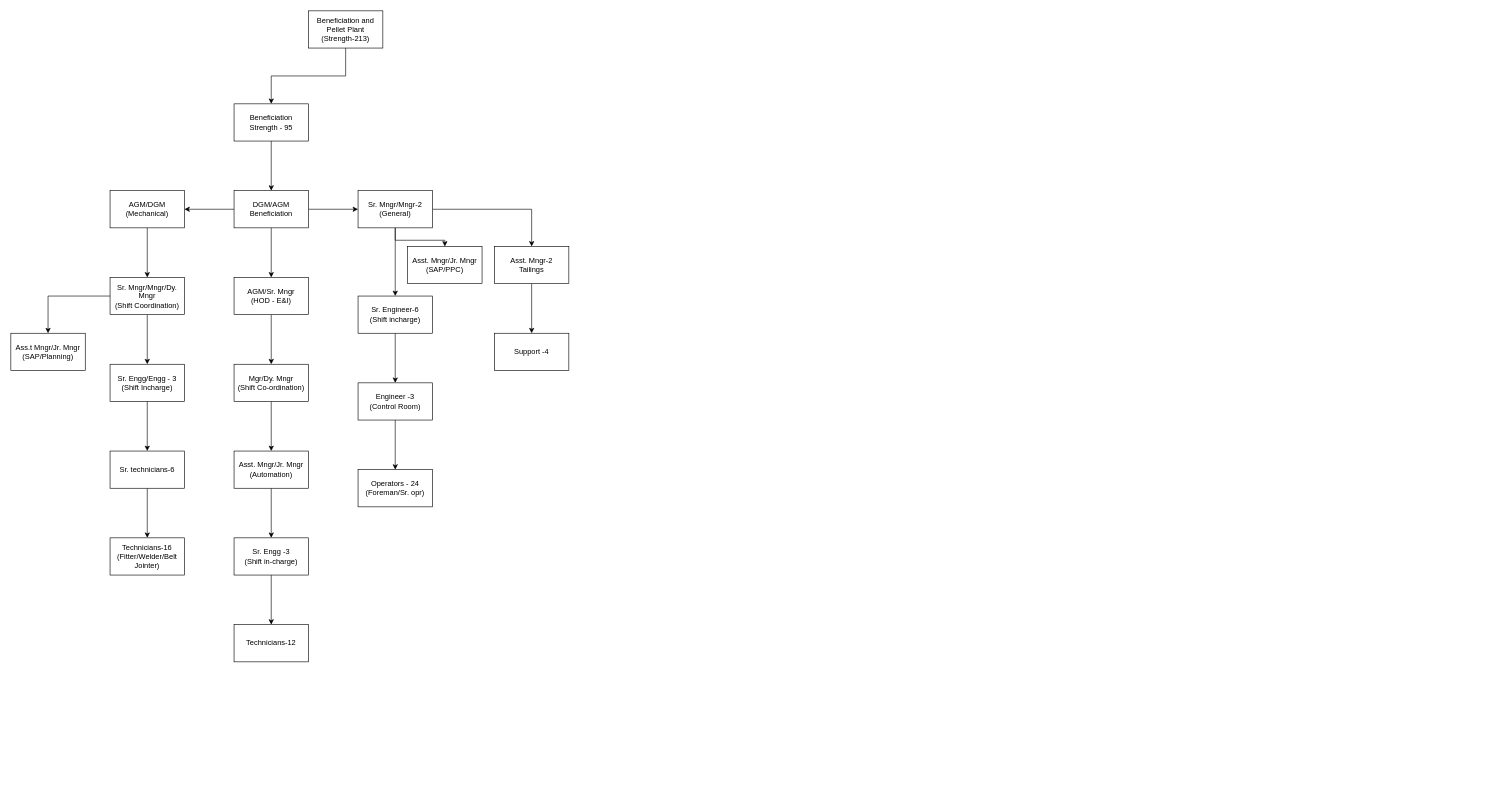
Above: anrml-coo.drawio in apathre/ANRML_org_charts (draw.io), before the change. Source tidied: cells renumbered, new cells numbered last; positions are measured from the earlier drawing's top-left corner, leaving out a move shared by most shapes. Both pictures are drawn from the tidied source at 62%, with x=0, y=0 at pixel (11, 11).
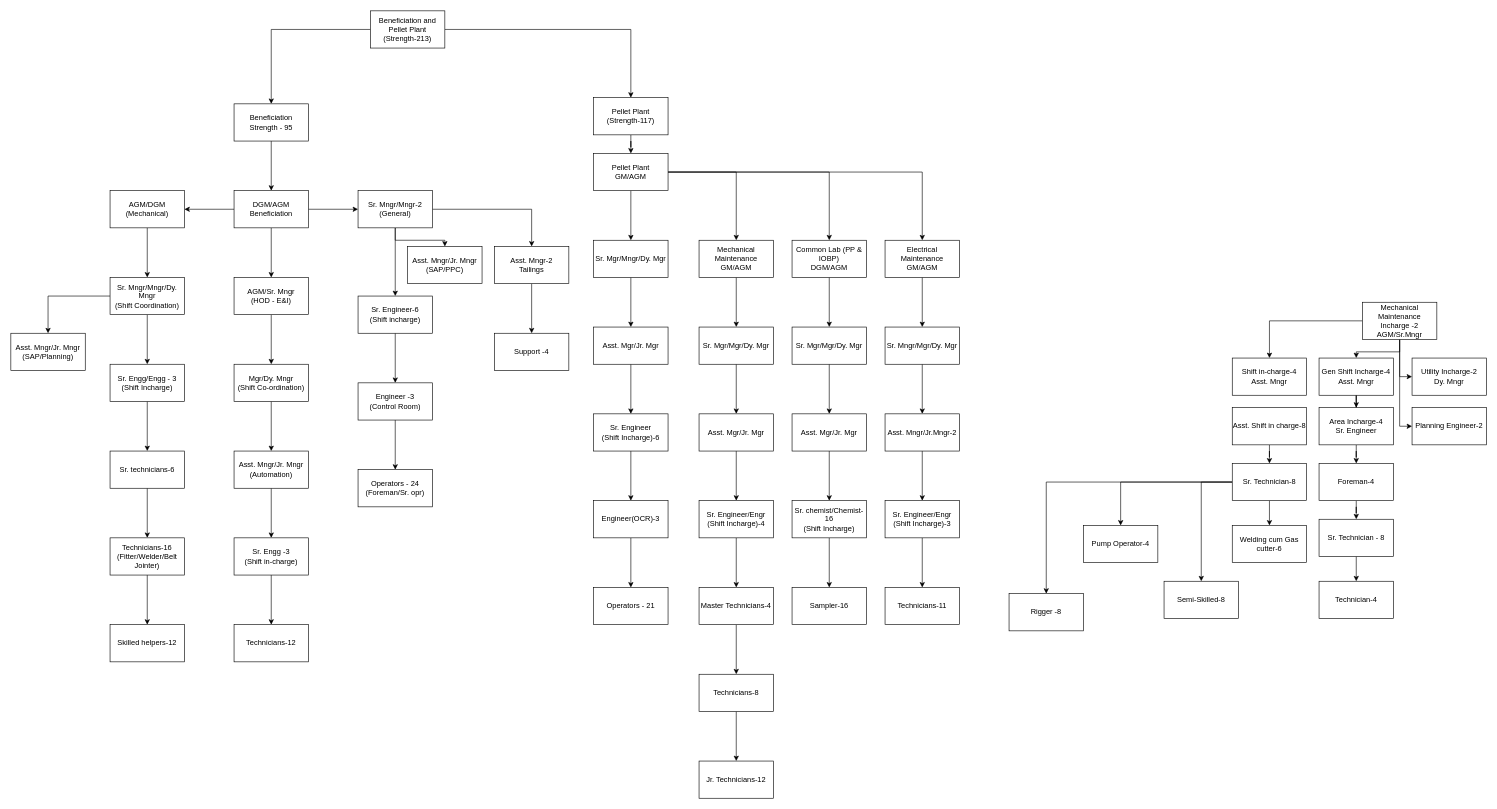
After the change.

The change refers to these unchanged cells:
```xml
<mxCell id="41" value="Technicians-16&lt;br&gt;(Fitter/Welder/Belt Jointer)" style="whiteSpace=wrap;html=1;rounded=0;" parent="1" vertex="1">
  <mxGeometry x="160" y="850" width="120" height="60" as="geometry" />
</mxCell>
```

Diff of the diagram source:
```diff
@@
+    <mxCell id="43" style="edgeStyle=orthogonalEdgeStyle;rounded=0;jettySize=auto;html=1;" parent="1" edge="1" source="3" target="46">
+      <mxGeometry relative="1" as="geometry" />
+    </mxCell>
     <mxCell id="3" value="Beneficiation and Pellet Plant&lt;br&gt;(Strength-213)" style="rounded=0;whiteSpace=wrap;html=1;" parent="1" vertex="1">
-      <mxGeometry x="480" width="120" height="60" as="geometry" />
+      <mxGeometry x="580" width="120" height="60" as="geometry" />
     </mxCell>
@@
+    <mxCell id="44" style="edgeStyle=orthogonalEdgeStyle;rounded=0;jettySize=auto;html=1;" parent="1" edge="1" source="41" target="92">
+      <mxGeometry relative="1" as="geometry" />
+    </mxCell>
@@
-    <mxCell id="42" value="Ass.t Mngr/Jr. Mngr&lt;br&gt;(SAP/Planning)" style="whiteSpace=wrap;html=1;rounded=0;" parent="1" vertex="1">
+    <mxCell id="42" value="Asst. Mngr/Jr. Mngr&lt;br&gt;(SAP/Planning)" style="whiteSpace=wrap;html=1;rounded=0;" parent="1" vertex="1">
       <mxGeometry y="520" width="120" height="60" as="geometry" />
     </mxCell>
+    <mxCell id="45" style="edgeStyle=orthogonalEdgeStyle;rounded=0;jettySize=auto;html=1;" parent="1" edge="1" source="46" target="51">
+      <mxGeometry relative="1" as="geometry" />
+    </mxCell>
+    <mxCell id="46" value="Pellet Plant&lt;br&gt;(Strength-117)" style="rounded=0;whiteSpace=wrap;html=1;" parent="1" vertex="1">
+      <mxGeometry x="940" y="140" width="120" height="60" as="geometry" />
+    </mxCell>
+    <mxCell id="47" style="edgeStyle=orthogonalEdgeStyle;rounded=0;jettySize=auto;html=1;" parent="1" edge="1" source="51" target="53">
+      <mxGeometry relative="1" as="geometry" />
+    </mxCell>
+    <mxCell id="48" style="edgeStyle=orthogonalEdgeStyle;rounded=0;jettySize=auto;html=1;exitX=1;exitY=0.5;exitDx=0;exitDy=0;" parent="1" edge="1" source="51" target="55">
+      <mxGeometry relative="1" as="geometry" />
+    </mxCell>
+    <mxCell id="49" style="edgeStyle=orthogonalEdgeStyle;rounded=0;jettySize=auto;html=1;" parent="1" edge="1" source="51" target="59">
+      <mxGeometry relative="1" as="geometry" />
+    </mxCell>
+    <mxCell id="50" style="edgeStyle=orthogonalEdgeStyle;rounded=0;jettySize=auto;html=1;exitX=1;exitY=0.5;exitDx=0;exitDy=0;" parent="1" edge="1" source="51" target="84">
+      <mxGeometry relative="1" as="geometry" />
+    </mxCell>
+    <mxCell id="51" value="Pellet Plant&lt;br&gt;GM/AGM" style="rounded=0;whiteSpace=wrap;html=1;" parent="1" vertex="1">
+      <mxGeometry x="940" y="230" width="120" height="60" as="geometry" />
+    </mxCell>
+    <mxCell id="52" style="edgeStyle=orthogonalEdgeStyle;rounded=0;jettySize=auto;html=1;" parent="1" edge="1" source="53" target="57">
+      <mxGeometry relative="1" as="geometry" />
+    </mxCell>
+    <mxCell id="53" value="Mechanical Maintenance&lt;br&gt;GM/AGM" style="rounded=0;whiteSpace=wrap;html=1;" parent="1" vertex="1">
+      <mxGeometry x="1110" y="370" width="120" height="60" as="geometry" />
+    </mxCell>
+    <mxCell id="54" style="edgeStyle=orthogonalEdgeStyle;rounded=0;jettySize=auto;html=1;" parent="1" edge="1" source="55" target="77">
+      <mxGeometry relative="1" as="geometry" />
+    </mxCell>
+    <mxCell id="55" value="Common Lab (PP &amp;amp; IOBP)&lt;br&gt;DGM/AGM" style="rounded=0;whiteSpace=wrap;html=1;" parent="1" vertex="1">
+      <mxGeometry x="1260" y="370" width="120" height="60" as="geometry" />
+    </mxCell>
+    <mxCell id="56" style="edgeStyle=orthogonalEdgeStyle;rounded=0;jettySize=auto;html=1;" parent="1" edge="1" source="57" target="68">
+      <mxGeometry relative="1" as="geometry" />
+    </mxCell>
+    <mxCell id="57" value="Sr. Mgr/Mgr/Dy. Mgr" style="rounded=0;whiteSpace=wrap;html=1;" parent="1" vertex="1">
+      <mxGeometry x="1110" y="510" width="120" height="60" as="geometry" />
+    </mxCell>
+    <mxCell id="58" style="edgeStyle=orthogonalEdgeStyle;rounded=0;jettySize=auto;html=1;" parent="1" edge="1" source="59" target="61">
+      <mxGeometry relative="1" as="geometry" />
+    </mxCell>
+    <mxCell id="59" value="Sr. Mgr/Mngr/Dy. Mgr" style="whiteSpace=wrap;html=1;rounded=0;" parent="1" vertex="1">
+      <mxGeometry x="940" y="370" width="120" height="60" as="geometry" />
+    </mxCell>
+    <mxCell id="60" style="edgeStyle=orthogonalEdgeStyle;rounded=0;jettySize=auto;html=1;" parent="1" edge="1" source="61" target="63">
+      <mxGeometry relative="1" as="geometry" />
+    </mxCell>
+    <mxCell id="61" value="Asst. Mgr/Jr. Mgr" style="whiteSpace=wrap;html=1;rounded=0;" parent="1" vertex="1">
+      <mxGeometry x="940" y="510" width="120" height="60" as="geometry" />
+    </mxCell>
+    <mxCell id="62" style="edgeStyle=orthogonalEdgeStyle;rounded=0;jettySize=auto;html=1;" parent="1" edge="1" source="63" target="65">
+      <mxGeometry relative="1" as="geometry" />
+    </mxCell>
+    <mxCell id="63" value="Sr. Engineer&lt;br&gt;(Shift Incharge)-6" style="whiteSpace=wrap;html=1;rounded=0;" parent="1" vertex="1">
+      <mxGeometry x="940" y="650" width="120" height="60" as="geometry" />
+    </mxCell>
+    <mxCell id="64" style="edgeStyle=orthogonalEdgeStyle;rounded=0;jettySize=auto;html=1;" parent="1" edge="1" source="65" target="66">
+      <mxGeometry relative="1" as="geometry" />
+    </mxCell>
+    <mxCell id="65" value="Engineer(OCR)-3" style="whiteSpace=wrap;html=1;rounded=0;" parent="1" vertex="1">
+      <mxGeometry x="940" y="790" width="120" height="60" as="geometry" />
+    </mxCell>
+    <mxCell id="66" value="Operators - 21" style="whiteSpace=wrap;html=1;rounded=0;" parent="1" vertex="1">
+      <mxGeometry x="940" y="930" width="120" height="60" as="geometry" />
+    </mxCell>
+    <mxCell id="67" style="edgeStyle=orthogonalEdgeStyle;rounded=0;jettySize=auto;html=1;" parent="1" edge="1" source="68" target="70">
+      <mxGeometry relative="1" as="geometry" />
+    </mxCell>
+    <mxCell id="68" value="Asst. Mgr/Jr. Mgr" style="whiteSpace=wrap;html=1;rounded=0;" parent="1" vertex="1">
+      <mxGeometry x="1110" y="650" width="120" height="60" as="geometry" />
+    </mxCell>
+    <mxCell id="69" style="edgeStyle=orthogonalEdgeStyle;rounded=0;jettySize=auto;html=1;" parent="1" edge="1" source="70" target="72">
+      <mxGeometry relative="1" as="geometry" />
+    </mxCell>
+    <mxCell id="70" value="Sr. Engineer/Engr&lt;br&gt;(Shift Incharge)-4" style="whiteSpace=wrap;html=1;rounded=0;" parent="1" vertex="1">
+      <mxGeometry x="1110" y="790" width="120" height="60" as="geometry" />
+    </mxCell>
+    <mxCell id="71" style="edgeStyle=orthogonalEdgeStyle;rounded=0;jettySize=auto;html=1;" parent="1" edge="1" source="72" target="74">
+      <mxGeometry relative="1" as="geometry" />
+    </mxCell>
+    <mxCell id="72" value="Master Technicians-4" style="whiteSpace=wrap;html=1;rounded=0;" parent="1" vertex="1">
+      <mxGeometry x="1110" y="930" width="120" height="60" as="geometry" />
+    </mxCell>
+    <mxCell id="73" style="edgeStyle=orthogonalEdgeStyle;rounded=0;jettySize=auto;html=1;" parent="1" edge="1" source="74" target="75">
+      <mxGeometry relative="1" as="geometry" />
+    </mxCell>
+    <mxCell id="74" value="Technicians-8" style="whiteSpace=wrap;html=1;rounded=0;" parent="1" vertex="1">
+      <mxGeometry x="1110" y="1070" width="120" height="60" as="geometry" />
+    </mxCell>
+    <mxCell id="75" value="Jr. Technicians-12" style="whiteSpace=wrap;html=1;rounded=0;" parent="1" vertex="1">
+      <mxGeometry x="1110" y="1210" width="120" height="60" as="geometry" />
+    </mxCell>
+    <mxCell id="76" style="edgeStyle=orthogonalEdgeStyle;rounded=0;jettySize=auto;html=1;" parent="1" edge="1" source="77" target="79">
+      <mxGeometry relative="1" as="geometry" />
+    </mxCell>
+    <mxCell id="77" value="Sr. Mgr/Mgr/Dy. Mgr" style="whiteSpace=wrap;html=1;rounded=0;" parent="1" vertex="1">
+      <mxGeometry x="1260" y="510" width="120" height="60" as="geometry" />
+    </mxCell>
+    <mxCell id="78" style="edgeStyle=orthogonalEdgeStyle;rounded=0;jettySize=auto;html=1;" parent="1" edge="1" source="79" target="81">
+      <mxGeometry relative="1" as="geometry" />
+    </mxCell>
+    <mxCell id="79" value="Asst. Mgr/Jr. Mgr" style="whiteSpace=wrap;html=1;rounded=0;" parent="1" vertex="1">
+      <mxGeometry x="1260" y="650" width="120" height="60" as="geometry" />
+    </mxCell>
+    <mxCell id="80" style="edgeStyle=orthogonalEdgeStyle;rounded=0;jettySize=auto;html=1;" parent="1" edge="1" source="81" target="82">
+      <mxGeometry relative="1" as="geometry" />
+    </mxCell>
+    <mxCell id="81" value="Sr. chemist/Chemist-16&lt;br&gt;(Shift Incharge)" style="whiteSpace=wrap;html=1;rounded=0;" parent="1" vertex="1">
+      <mxGeometry x="1260" y="790" width="120" height="60" as="geometry" />
+    </mxCell>
+    <mxCell id="82" value="Sampler-16" style="whiteSpace=wrap;html=1;rounded=0;" parent="1" vertex="1">
+      <mxGeometry x="1260" y="930" width="120" height="60" as="geometry" />
+    </mxCell>
+    <mxCell id="83" style="edgeStyle=orthogonalEdgeStyle;rounded=0;jettySize=auto;html=1;" parent="1" edge="1" source="84" target="86">
+      <mxGeometry relative="1" as="geometry" />
+    </mxCell>
+    <mxCell id="84" value="Electrical Maintenance&lt;br&gt;GM/AGM" style="rounded=0;whiteSpace=wrap;html=1;" parent="1" vertex="1">
+      <mxGeometry x="1410" y="370" width="120" height="60" as="geometry" />
+    </mxCell>
+    <mxCell id="85" style="edgeStyle=orthogonalEdgeStyle;rounded=0;jettySize=auto;html=1;" parent="1" edge="1" source="86" target="88">
+      <mxGeometry relative="1" as="geometry" />
+    </mxCell>
+    <mxCell id="86" value="Sr. Mngr/Mgr/Dy. Mgr" style="whiteSpace=wrap;html=1;rounded=0;" parent="1" vertex="1">
+      <mxGeometry x="1410" y="510" width="120" height="60" as="geometry" />
+    </mxCell>
+    <mxCell id="87" style="edgeStyle=orthogonalEdgeStyle;rounded=0;jettySize=auto;html=1;" parent="1" edge="1" source="88" target="90">
+      <mxGeometry relative="1" as="geometry" />
+    </mxCell>
+    <mxCell id="88" value="Asst. Mngr/Jr.Mngr-2" style="whiteSpace=wrap;html=1;rounded=0;" parent="1" vertex="1">
+      <mxGeometry x="1410" y="650" width="120" height="60" as="geometry" />
+    </mxCell>
+    <mxCell id="89" style="edgeStyle=orthogonalEdgeStyle;rounded=0;jettySize=auto;html=1;" parent="1" edge="1" source="90" target="91">
+      <mxGeometry relative="1" as="geometry" />
+    </mxCell>
+    <mxCell id="90" value="Sr. Engineer/Engr&lt;br&gt;(Shift Incharge)-3" style="whiteSpace=wrap;html=1;rounded=0;" parent="1" vertex="1">
+      <mxGeometry x="1410" y="790" width="120" height="60" as="geometry" />
+    </mxCell>
+    <mxCell id="91" value="Technicians-11" style="whiteSpace=wrap;html=1;rounded=0;" parent="1" vertex="1">
+      <mxGeometry x="1410" y="930" width="120" height="60" as="geometry" />
+    </mxCell>
+    <mxCell id="92" value="Skilled helpers-12" style="whiteSpace=wrap;html=1;rounded=0;" parent="1" vertex="1">
+      <mxGeometry x="160" y="990" width="120" height="60" as="geometry" />
+    </mxCell>
+    <mxCell id="93" value="Rigger -8" style="rounded=0;whiteSpace=wrap;html=1;" parent="1" vertex="1">
+      <mxGeometry x="1610" y="940" width="120" height="60" as="geometry" />
+    </mxCell>
+    <mxCell id="94" value="Pump Operator-4" style="rounded=0;whiteSpace=wrap;html=1;" parent="1" vertex="1">
+      <mxGeometry x="1730" y="830" width="120" height="60" as="geometry" />
+    </mxCell>
+    <mxCell id="95" value="Semi-Skilled-8" style="rounded=0;whiteSpace=wrap;html=1;" parent="1" vertex="1">
+      <mxGeometry x="1860" y="920" width="120" height="60" as="geometry" />
+    </mxCell>
+    <mxCell id="96" value="Welding cum Gas cutter-6" style="rounded=0;whiteSpace=wrap;html=1;" parent="1" vertex="1">
+      <mxGeometry x="1970" y="830" width="120" height="60" as="geometry" />
+    </mxCell>
+    <mxCell id="97" style="edgeStyle=orthogonalEdgeStyle;rounded=0;jettySize=auto;html=1;exitX=0.5;exitY=1;exitDx=0;exitDy=0;entryX=0.5;entryY=0;entryDx=0;entryDy=0;" parent="1" edge="1" source="101" target="96">
+      <mxGeometry relative="1" as="geometry" />
+    </mxCell>
+    <mxCell id="98" style="edgeStyle=orthogonalEdgeStyle;rounded=0;jettySize=auto;html=1;exitX=0;exitY=0.5;exitDx=0;exitDy=0;" parent="1" edge="1" source="101" target="95">
+      <mxGeometry relative="1" as="geometry" />
+    </mxCell>
+    <mxCell id="99" style="edgeStyle=orthogonalEdgeStyle;rounded=0;jettySize=auto;html=1;exitX=0;exitY=0.5;exitDx=0;exitDy=0;" parent="1" edge="1" source="101" target="94">
+      <mxGeometry relative="1" as="geometry" />
+    </mxCell>
+    <mxCell id="100" style="edgeStyle=orthogonalEdgeStyle;rounded=0;jettySize=auto;html=1;exitX=0;exitY=0.5;exitDx=0;exitDy=0;" parent="1" edge="1" source="101" target="93">
+      <mxGeometry relative="1" as="geometry" />
+    </mxCell>
+    <mxCell id="101" value="Sr. Technician-8" style="whiteSpace=wrap;html=1;rounded=0;" parent="1" vertex="1">
+      <mxGeometry x="1970" y="730" width="120" height="60" as="geometry" />
+    </mxCell>
+    <mxCell id="102" style="edgeStyle=orthogonalEdgeStyle;rounded=0;jettySize=auto;html=1;exitX=0.5;exitY=1;exitDx=0;exitDy=0;" parent="1" edge="1" source="103" target="101">
+      <mxGeometry relative="1" as="geometry" />
+    </mxCell>
+    <mxCell id="103" value="Asst. Shift in charge-8" style="rounded=0;whiteSpace=wrap;html=1;" parent="1" vertex="1">
+      <mxGeometry x="1970" y="640" width="120" height="60" as="geometry" />
+    </mxCell>
+    <mxCell id="104" value="Shift in-charge-4&lt;br&gt;Asst. Mngr" style="rounded=0;whiteSpace=wrap;html=1;" parent="1" vertex="1">
+      <mxGeometry x="1970" y="560" width="120" height="60" as="geometry" />
+    </mxCell>
+    <mxCell id="105" style="edgeStyle=orthogonalEdgeStyle;rounded=0;jettySize=auto;html=1;exitX=0;exitY=0.5;exitDx=0;exitDy=0;" parent="1" edge="1" source="109" target="104">
+      <mxGeometry relative="1" as="geometry" />
+    </mxCell>
+    <mxCell id="106" style="edgeStyle=orthogonalEdgeStyle;rounded=0;jettySize=auto;html=1;exitX=0.5;exitY=1;exitDx=0;exitDy=0;" parent="1" edge="1" source="109" target="111">
+      <mxGeometry relative="1" as="geometry" />
+    </mxCell>
+    <mxCell id="107" style="edgeStyle=orthogonalEdgeStyle;rounded=0;jettySize=auto;html=1;exitX=0.5;exitY=1;exitDx=0;exitDy=0;entryX=0;entryY=0.5;entryDx=0;entryDy=0;" parent="1" edge="1" source="109" target="119">
+      <mxGeometry relative="1" as="geometry" />
+    </mxCell>
+    <mxCell id="108" style="edgeStyle=orthogonalEdgeStyle;rounded=0;jettySize=auto;html=1;exitX=0.5;exitY=1;exitDx=0;exitDy=0;entryX=0;entryY=0.5;entryDx=0;entryDy=0;" parent="1" edge="1" source="109" target="120">
+      <mxGeometry relative="1" as="geometry" />
+    </mxCell>
+    <mxCell id="109" value="Mechanical Maintenance Incharge -2&lt;br&gt;AGM/Sr.Mngr" style="rounded=0;whiteSpace=wrap;html=1;" parent="1" vertex="1">
+      <mxGeometry x="2180" y="470" width="120" height="60" as="geometry" />
+    </mxCell>
+    <mxCell id="110" style="edgeStyle=orthogonalEdgeStyle;rounded=0;jettySize=auto;html=1;" parent="1" edge="1" source="111" target="113">
+      <mxGeometry relative="1" as="geometry" />
+    </mxCell>
+    <mxCell id="111" value="Gen Shift Incharge-4&lt;br&gt;Asst. Mngr" style="rounded=0;whiteSpace=wrap;html=1;" parent="1" vertex="1">
+      <mxGeometry x="2110" y="560" width="120" height="60" as="geometry" />
+    </mxCell>
+    <mxCell id="112" style="edgeStyle=orthogonalEdgeStyle;rounded=0;jettySize=auto;html=1;" parent="1" edge="1" source="113" target="115">
+      <mxGeometry relative="1" as="geometry" />
+    </mxCell>
+    <mxCell id="113" value="Area Incharge-4&lt;br&gt;Sr. Engineer" style="whiteSpace=wrap;html=1;rounded=0;" parent="1" vertex="1">
+      <mxGeometry x="2110" y="640" width="120" height="60" as="geometry" />
+    </mxCell>
+    <mxCell id="114" style="edgeStyle=orthogonalEdgeStyle;rounded=0;jettySize=auto;html=1;" parent="1" edge="1" source="115" target="117">
+      <mxGeometry relative="1" as="geometry" />
+    </mxCell>
+    <mxCell id="115" value="Foreman-4" style="whiteSpace=wrap;html=1;rounded=0;" parent="1" vertex="1">
+      <mxGeometry x="2110" y="730" width="120" height="60" as="geometry" />
+    </mxCell>
+    <mxCell id="116" style="edgeStyle=orthogonalEdgeStyle;rounded=0;jettySize=auto;html=1;" parent="1" edge="1" source="117" target="118">
+      <mxGeometry relative="1" as="geometry" />
+    </mxCell>
+    <mxCell id="117" value="Sr. Technician - 8" style="whiteSpace=wrap;html=1;rounded=0;" parent="1" vertex="1">
+      <mxGeometry x="2110" y="820" width="120" height="60" as="geometry" />
+    </mxCell>
+    <mxCell id="118" value="Technician-4" style="whiteSpace=wrap;html=1;rounded=0;" parent="1" vertex="1">
+      <mxGeometry x="2110" y="920" width="120" height="60" as="geometry" />
+    </mxCell>
+    <mxCell id="119" value="Utility Incharge-2&lt;br&gt;Dy. Mngr" style="rounded=0;whiteSpace=wrap;html=1;" parent="1" vertex="1">
+      <mxGeometry x="2260" y="560" width="120" height="60" as="geometry" />
+    </mxCell>
+    <mxCell id="120" value="Planning Engineer-2" style="rounded=0;whiteSpace=wrap;html=1;" parent="1" vertex="1">
+      <mxGeometry x="2260" y="640" width="120" height="60" as="geometry" />
+    </mxCell>
```
